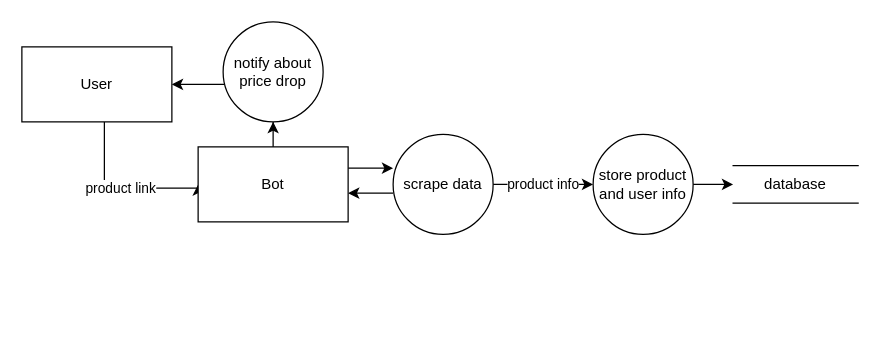
Before: daraz-bot/dfd1.drawio in dinesh-58/draw.io-diagrams-storage, a draw.io diagram. Source tidied: cells renumbered, new cells numbered last; positions are measured from the earlier drawing's top-left corner, leaving out a move shared by most shapes. Both pictures are drawn from the tidied source at 125%, with x=0, y=0 at pixel (21, 21).
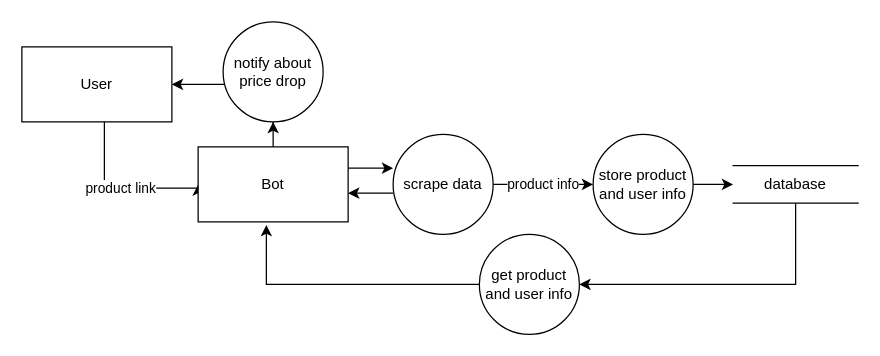
The same page after the edit.

The change refers to these unchanged cells:
```xml
<mxCell id="9" value="database" style="html=1;dashed=0;whiteSpace=wrap;shape=partialRectangle;right=0;left=0;" parent="1" vertex="1">
  <mxGeometry x="569" y="115" width="100" height="30" as="geometry" />
</mxCell>
<mxCell id="12" value="Bot" style="rounded=0;whiteSpace=wrap;html=1;" parent="1" vertex="1">
  <mxGeometry x="141" y="100" width="120" height="60" as="geometry" />
</mxCell>
```

Change to the diagram source:
```diff
@@
+    <mxCell id="15" style="edgeStyle=orthogonalEdgeStyle;rounded=0;jettySize=auto;html=1;entryX=0.5;entryY=1;entryDx=0;entryDy=0;startArrow=classic;startFill=1;endArrow=none;endFill=0;" parent="1" edge="1" source="16" target="9">
+      <mxGeometry relative="1" as="geometry" />
+    </mxCell>
+    <mxCell id="16" value="get product and user info" style="ellipse;whiteSpace=wrap;html=1;" parent="1" vertex="1">
+      <mxGeometry x="366" y="170" width="80" height="80" as="geometry" />
+    </mxCell>
+    <mxCell id="17" style="edgeStyle=orthogonalEdgeStyle;rounded=0;jettySize=auto;html=1;entryX=0.455;entryY=1.042;entryDx=0;entryDy=0;entryPerimeter=0;" parent="1" edge="1" source="16" target="12">
+      <mxGeometry relative="1" as="geometry" />
+    </mxCell>
```
